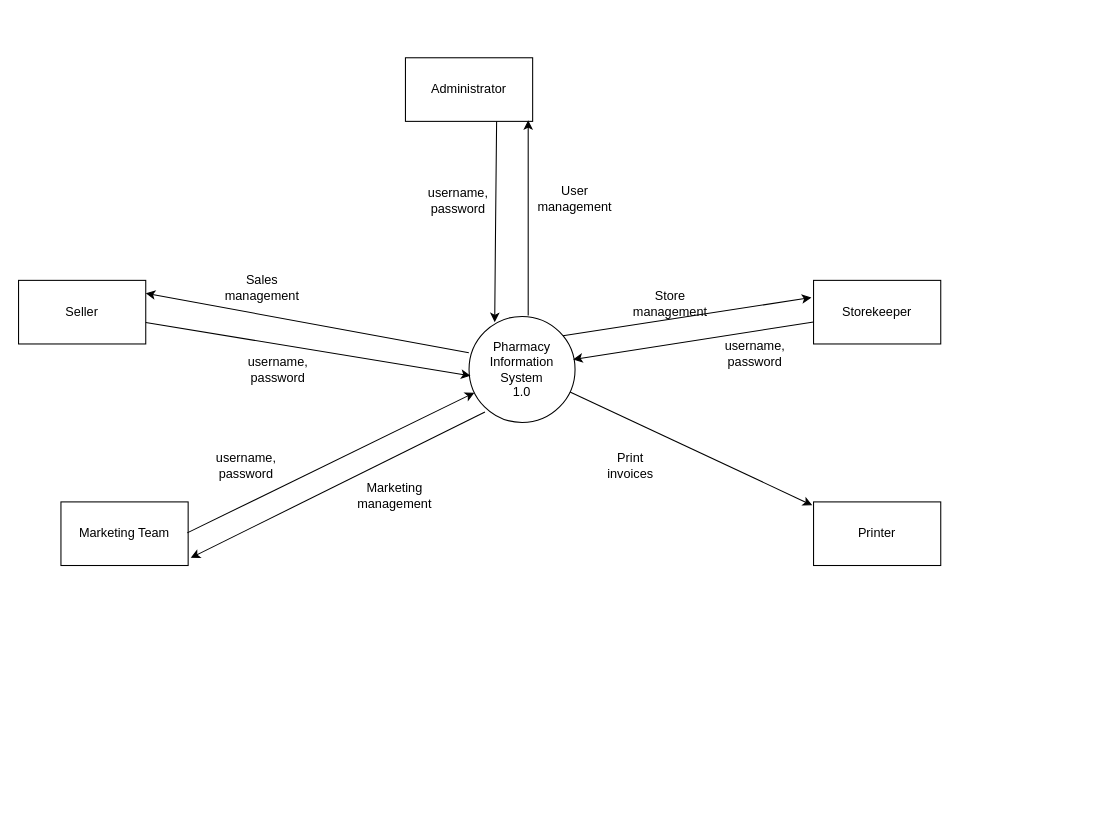
Before: Docs/Charts/Developer Panagiotis/DFD/DFD (lvl_1).drawio in Konstantinos-Papanagnou/Project-Management, a draw.io diagram. Source tidied: cells renumbered, new cells numbered last; positions are measured from the earlier drawing's top-left corner, leaving out a move shared by most shapes. Both pictures are drawn from the tidied source at 106%, with x=0, y=0 at pixel (18, 57).
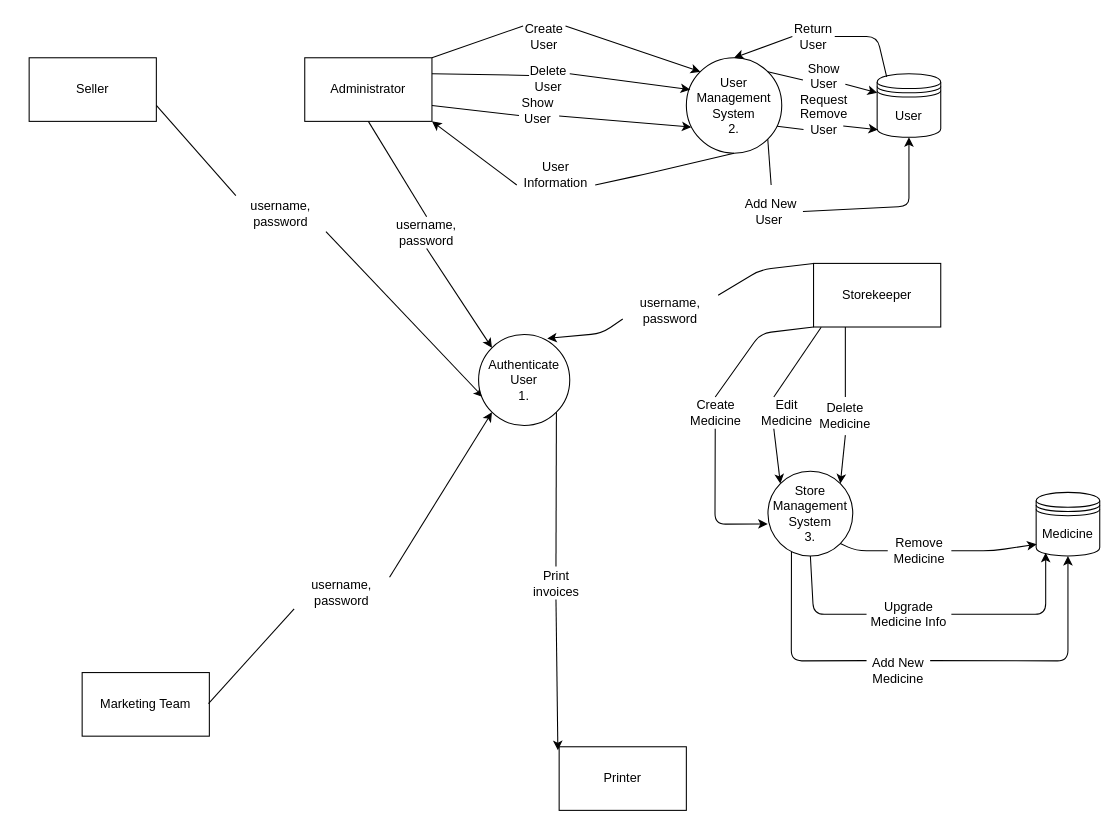
The same page after the edit.

Commit message (it also covers changes not shown here):
Update DFD (lvl_1)

The edit, as a diff of the source:
```diff
@@
-    <mxCell id="2" value="Pharmacy Information System&lt;br&gt;1.0" style="ellipse;whiteSpace=wrap;html=1;" parent="1" vertex="1">
-      <mxGeometry x="425" y="244" width="100" height="100" as="geometry" />
-    </mxCell>
     <mxCell id="3" value="Administrator" style="rounded=0;whiteSpace=wrap;html=1;" parent="1" vertex="1">
-      <mxGeometry x="365" width="120" height="60" as="geometry" />
+      <mxGeometry x="270" width="120" height="60" as="geometry" />
     </mxCell>
     <mxCell id="4" value="Storekeeper" style="rounded=0;whiteSpace=wrap;html=1;" parent="1" vertex="1">
-      <mxGeometry x="750" y="210" width="120" height="60" as="geometry" />
+      <mxGeometry x="750" y="194" width="120" height="60" as="geometry" />
     </mxCell>
     <mxCell id="5" value="Seller" style="rounded=0;whiteSpace=wrap;html=1;" parent="1" vertex="1">
-      <mxGeometry y="210" width="120" height="60" as="geometry" />
+      <mxGeometry x="10" width="120" height="60" as="geometry" />
     </mxCell>
     <mxCell id="6" value="Marketing Team" style="rounded=0;whiteSpace=wrap;html=1;" parent="1" vertex="1">
-      <mxGeometry x="40" y="419" width="120" height="60" as="geometry" />
+      <mxGeometry x="60" y="580" width="120" height="60" as="geometry" />
     </mxCell>
-    <mxCell id="7" style="endArrow=classic;html=1;entryX=0.242;entryY=0.054;entryDx=0;entryDy=0;entryPerimeter=0;" parent="1" edge="1" target="2">
-      <mxGeometry relative="1" as="geometry">
-        <mxPoint x="451" y="60" as="sourcePoint" />
-        <Array as="points">
-          <mxPoint x="450" y="160" />
-        </Array>
-      </mxGeometry>
-    </mxCell>
-    <mxCell id="8" value="username,&lt;br&gt;password" style="text;html=1;strokeColor=none;fillColor=none;align=center;verticalAlign=middle;whiteSpace=wrap;rounded=0;" parent="1" vertex="1">
-      <mxGeometry x="370" y="120" width="90" height="30" as="geometry" />
-    </mxCell>
-    <mxCell id="9" style="endArrow=classic;html=1;entryX=0.014;entryY=0.56;entryDx=0;entryDy=0;entryPerimeter=0;" parent="1" edge="1" source="5" target="2">
+    <mxCell id="9" style="endArrow=classic;html=1;exitX=1;exitY=1;exitDx=0;exitDy=0;entryX=0.05;entryY=0.688;entryDx=0;entryDy=0;entryPerimeter=0;startArrow=none;" parent="1" edge="1" source="10" target="33">
       <mxGeometry relative="1" as="geometry" />
     </mxCell>
-    <mxCell id="10" value="username,&lt;br&gt;password" style="text;html=1;strokeColor=none;fillColor=none;align=center;verticalAlign=middle;whiteSpace=wrap;rounded=0;" parent="1" vertex="1">
-      <mxGeometry x="200" y="279" width="90" height="30" as="geometry" />
-    </mxCell>
-    <mxCell id="11" style="endArrow=classic;html=1;exitX=0.993;exitY=0.487;exitDx=0;exitDy=0;exitPerimeter=0;" parent="1" edge="1" source="6" target="2">
+    <mxCell id="11" style="endArrow=classic;html=1;exitX=1;exitY=0;exitDx=0;exitDy=0;entryX=0;entryY=1;entryDx=0;entryDy=0;startArrow=none;" parent="1" edge="1" source="12" target="33">
       <mxGeometry relative="1" as="geometry" />
     </mxCell>
-    <mxCell id="12" value="username,&lt;br&gt;password" style="text;html=1;strokeColor=none;fillColor=none;align=center;verticalAlign=middle;whiteSpace=wrap;rounded=0;" parent="1" vertex="1">
-      <mxGeometry x="170" y="369.5" width="90" height="30" as="geometry" />
-    </mxCell>
-    <mxCell id="13" style="endArrow=classic;html=1;entryX=0.982;entryY=0.406;entryDx=0;entryDy=0;entryPerimeter=0;" parent="1" edge="1" source="4" target="2">
-      <mxGeometry relative="1" as="geometry" />
+    <mxCell id="13" style="endArrow=classic;html=1;entryX=0.753;entryY=0.044;entryDx=0;entryDy=0;entryPerimeter=0;exitX=0;exitY=0.75;exitDx=0;exitDy=0;startArrow=none;" parent="1" edge="1" source="14" target="33">
+      <mxGeometry relative="1" as="geometry">
+        <Array as="points">
+          <mxPoint x="550" y="260" />
+        </Array>
+      </mxGeometry>
     </mxCell>
-    <mxCell id="14" value="username,&lt;br&gt;password" style="text;html=1;strokeColor=none;fillColor=none;align=center;verticalAlign=middle;whiteSpace=wrap;rounded=0;" parent="1" vertex="1">
-      <mxGeometry x="650" y="264" width="90" height="30" as="geometry" />
-    </mxCell>
-    <mxCell id="15" style="endArrow=classic;html=1;exitX=0.558;exitY=-0.008;exitDx=0;exitDy=0;exitPerimeter=0;entryX=0.965;entryY=0.983;entryDx=0;entryDy=0;entryPerimeter=0;" parent="1" edge="1" source="2" target="3">
-      <mxGeometry relative="1" as="geometry" />
-    </mxCell>
-    <mxCell id="16" value="User management" style="text;html=1;strokeColor=none;fillColor=none;align=center;verticalAlign=middle;whiteSpace=wrap;rounded=0;" parent="1" vertex="1">
-      <mxGeometry x="500" y="120" width="50" height="25" as="geometry" />
-    </mxCell>
-    <mxCell id="17" style="endArrow=classic;html=1;exitX=0.886;exitY=0.182;exitDx=0;exitDy=0;exitPerimeter=0;entryX=-0.017;entryY=0.27;entryDx=0;entryDy=0;entryPerimeter=0;" parent="1" edge="1" source="2" target="4">
-      <mxGeometry relative="1" as="geometry" />
-    </mxCell>
-    <mxCell id="18" value="Store management" style="text;html=1;strokeColor=none;fillColor=none;align=center;verticalAlign=middle;whiteSpace=wrap;rounded=0;" parent="1" vertex="1">
-      <mxGeometry x="590" y="219" width="50" height="25" as="geometry" />
-    </mxCell>
-    <mxCell id="19" style="endArrow=classic;html=1;exitX=-0.002;exitY=0.342;exitDx=0;exitDy=0;exitPerimeter=0;entryX=1;entryY=0.203;entryDx=0;entryDy=0;entryPerimeter=0;" parent="1" edge="1" source="2" target="5">
-      <mxGeometry relative="1" as="geometry" />
-    </mxCell>
-    <mxCell id="20" value="Sales&lt;br&gt;management" style="text;html=1;strokeColor=none;fillColor=none;align=center;verticalAlign=middle;whiteSpace=wrap;rounded=0;" parent="1" vertex="1">
-      <mxGeometry x="190" y="200" width="80" height="34" as="geometry" />
-    </mxCell>
-    <mxCell id="21" style="endArrow=classic;html=1;entryX=1.02;entryY=0.88;entryDx=0;entryDy=0;entryPerimeter=0;exitX=0.15;exitY=0.902;exitDx=0;exitDy=0;exitPerimeter=0;" parent="1" edge="1" source="2" target="6">
-      <mxGeometry relative="1" as="geometry" />
-    </mxCell>
-    <mxCell id="22" value="Marketing management" style="text;html=1;strokeColor=none;fillColor=none;align=center;verticalAlign=middle;whiteSpace=wrap;rounded=0;" parent="1" vertex="1">
-      <mxGeometry x="330" y="400" width="50" height="25" as="geometry" />
-    </mxCell>
     <mxCell id="23" value="Printer" style="rounded=0;whiteSpace=wrap;html=1;" parent="1" vertex="1">
-      <mxGeometry x="750" y="419" width="120" height="60" as="geometry" />
+      <mxGeometry x="510" y="650" width="120" height="60" as="geometry" />
     </mxCell>
-    <mxCell id="24" style="endArrow=classic;html=1;entryX=-0.01;entryY=0.053;entryDx=0;entryDy=0;entryPerimeter=0;" parent="1" edge="1" source="2" target="23">
+    <mxCell id="24" style="endArrow=classic;html=1;entryX=-0.01;entryY=0.053;entryDx=0;entryDy=0;entryPerimeter=0;exitX=0.5;exitY=1;exitDx=0;exitDy=0;startArrow=none;" parent="1" edge="1" source="25" target="23">
       <mxGeometry relative="1" as="geometry" />
     </mxCell>
+    <mxCell id="26" value="User Management System&lt;br&gt;2." style="ellipse;whiteSpace=wrap;html=1;" parent="1" vertex="1">
+      <mxGeometry x="630" width="90" height="90" as="geometry" />
+    </mxCell>
+    <mxCell id="27" style="endArrow=classic;html=1;exitX=0.5;exitY=1;exitDx=0;exitDy=0;entryX=0;entryY=0;entryDx=0;entryDy=0;startArrow=none;" parent="1" edge="1" source="8" target="33">
+      <mxGeometry relative="1" as="geometry" />
+    </mxCell>
+    <mxCell id="28" value="User" style="shape=datastore;whiteSpace=wrap;html=1;" parent="1" vertex="1">
+      <mxGeometry x="810" y="15" width="60" height="60" as="geometry" />
+    </mxCell>
+    <mxCell id="29" style="endArrow=classic;html=1;exitX=1;exitY=0;exitDx=0;exitDy=0;entryX=0;entryY=0;entryDx=0;entryDy=0;startArrow=none;" parent="1" edge="1" source="35" target="26">
+      <mxGeometry relative="1" as="geometry" />
+    </mxCell>
+    <mxCell id="30" style="endArrow=classic;html=1;exitX=1;exitY=0.5;exitDx=0;exitDy=0;entryX=0.5;entryY=1;entryDx=0;entryDy=0;startArrow=none;" parent="1" edge="1" source="41" target="28">
+      <mxGeometry relative="1" as="geometry">
+        <Array as="points">
+          <mxPoint x="840" y="140" />
+          <mxPoint x="840" y="125" />
+        </Array>
+      </mxGeometry>
+    </mxCell>
+    <mxCell id="31" style="endArrow=classic;html=1;exitX=1;exitY=0.25;exitDx=0;exitDy=0;entryX=0.04;entryY=0.333;entryDx=0;entryDy=0;entryPerimeter=0;startArrow=none;" parent="1" edge="1" source="37" target="26">
+      <mxGeometry relative="1" as="geometry" />
+    </mxCell>
+    <mxCell id="32" style="endArrow=classic;html=1;exitX=0.951;exitY=0.718;exitDx=0;exitDy=0;exitPerimeter=0;entryX=0.013;entryY=0.88;entryDx=0;entryDy=0;entryPerimeter=0;startArrow=none;" parent="1" edge="1" source="39" target="28">
+      <mxGeometry relative="1" as="geometry" />
+    </mxCell>
+    <mxCell id="33" value="Authenticate User&lt;br&gt;1." style="ellipse;whiteSpace=wrap;html=1;" parent="1" vertex="1">
+      <mxGeometry x="434" y="261" width="86" height="86" as="geometry" />
+    </mxCell>
+    <mxCell id="34" style="endArrow=classic;html=1;exitX=1;exitY=0.75;exitDx=0;exitDy=0;entryX=0.053;entryY=0.727;entryDx=0;entryDy=0;entryPerimeter=0;startArrow=none;" parent="1" edge="1" source="43" target="26">
+      <mxGeometry relative="1" as="geometry" />
+    </mxCell>
+    <mxCell id="35" value="Create User" style="text;html=1;strokeColor=none;fillColor=none;align=center;verticalAlign=middle;whiteSpace=wrap;rounded=0;" parent="1" vertex="1">
+      <mxGeometry x="476" y="-30" width="40" height="20" as="geometry" />
+    </mxCell>
+    <mxCell id="36" style="endArrow=none;html=1;exitX=1;exitY=0;exitDx=0;exitDy=0;entryX=0;entryY=0;entryDx=0;entryDy=0;" parent="1" edge="1" source="3" target="35">
+      <mxGeometry relative="1" as="geometry" />
+    </mxCell>
+    <mxCell id="37" value="Delete User" style="text;html=1;strokeColor=none;fillColor=none;align=center;verticalAlign=middle;whiteSpace=wrap;rounded=0;" parent="1" vertex="1">
+      <mxGeometry x="480" y="10" width="40" height="20" as="geometry" />
+    </mxCell>
+    <mxCell id="38" style="endArrow=none;html=1;exitX=1;exitY=0.25;exitDx=0;exitDy=0;entryX=0.04;entryY=0.333;entryDx=0;entryDy=0;entryPerimeter=0;" parent="1" edge="1" source="3" target="37">
+      <mxGeometry relative="1" as="geometry" />
+    </mxCell>
+    <mxCell id="39" value="Remove User" style="text;html=1;strokeColor=none;fillColor=none;align=center;verticalAlign=middle;whiteSpace=wrap;rounded=0;" parent="1" vertex="1">
+      <mxGeometry x="740" y="50" width="40" height="20" as="geometry" />
+    </mxCell>
+    <mxCell id="40" style="endArrow=none;html=1;exitX=0.951;exitY=0.718;exitDx=0;exitDy=0;exitPerimeter=0;entryX=0.013;entryY=0.88;entryDx=0;entryDy=0;entryPerimeter=0;" parent="1" edge="1" source="26" target="39">
+      <mxGeometry relative="1" as="geometry" />
+    </mxCell>
+    <mxCell id="41" value="Add New User&amp;nbsp;" style="text;html=1;strokeColor=none;fillColor=none;align=center;verticalAlign=middle;whiteSpace=wrap;rounded=0;" parent="1" vertex="1">
+      <mxGeometry x="680" y="120" width="60" height="50" as="geometry" />
+    </mxCell>
+    <mxCell id="42" style="endArrow=none;html=1;entryX=0.5;entryY=0;entryDx=0;entryDy=0;exitX=1;exitY=1;exitDx=0;exitDy=0;" parent="1" edge="1" source="26" target="41">
+      <mxGeometry relative="1" as="geometry" />
+    </mxCell>
+    <mxCell id="43" value="Show User" style="text;html=1;strokeColor=none;fillColor=none;align=center;verticalAlign=middle;whiteSpace=wrap;rounded=0;" parent="1" vertex="1">
+      <mxGeometry x="470" y="40" width="40" height="20" as="geometry" />
+    </mxCell>
+    <mxCell id="44" style="endArrow=none;html=1;exitX=1;exitY=0.75;exitDx=0;exitDy=0;entryX=0.053;entryY=0.727;entryDx=0;entryDy=0;entryPerimeter=0;" parent="1" edge="1" source="3" target="43">
+      <mxGeometry relative="1" as="geometry" />
+    </mxCell>
+    <mxCell id="45" style="endArrow=classic;html=1;exitX=1;exitY=0.5;exitDx=0;exitDy=0;entryX=0;entryY=0.3;entryDx=0;entryDy=0;startArrow=none;" parent="1" edge="1" source="46" target="28">
+      <mxGeometry relative="1" as="geometry" />
+    </mxCell>
+    <mxCell id="46" value="Show User Request" style="text;html=1;strokeColor=none;fillColor=none;align=center;verticalAlign=middle;whiteSpace=wrap;rounded=0;" parent="1" vertex="1">
+      <mxGeometry x="740" y="15" width="40" height="20" as="geometry" />
+    </mxCell>
+    <mxCell id="47" style="endArrow=none;html=1;exitX=1;exitY=0;exitDx=0;exitDy=0;entryX=0;entryY=0.3;entryDx=0;entryDy=0;" parent="1" edge="1" source="26" target="46">
+      <mxGeometry relative="1" as="geometry" />
+    </mxCell>
+    <mxCell id="48" style="endArrow=classic;html=1;exitX=0;exitY=0.5;exitDx=0;exitDy=0;entryX=0.5;entryY=0;entryDx=0;entryDy=0;startArrow=none;" parent="1" edge="1" source="49" target="26">
+      <mxGeometry relative="1" as="geometry" />
+    </mxCell>
+    <mxCell id="49" value="Return User" style="text;html=1;strokeColor=none;fillColor=none;align=center;verticalAlign=middle;whiteSpace=wrap;rounded=0;" parent="1" vertex="1">
+      <mxGeometry x="730" y="-30" width="40" height="20" as="geometry" />
+    </mxCell>
+    <mxCell id="50" style="endArrow=none;html=1;exitX=0.15;exitY=0.05;exitDx=0;exitDy=0;exitPerimeter=0;entryX=1;entryY=0.5;entryDx=0;entryDy=0;" parent="1" edge="1" source="28" target="49">
+      <mxGeometry relative="1" as="geometry">
+        <Array as="points">
+          <mxPoint x="810" y="-20" />
+        </Array>
+      </mxGeometry>
+    </mxCell>
+    <mxCell id="51" style="endArrow=classic;html=1;entryX=1;entryY=1;entryDx=0;entryDy=0;startArrow=none;exitX=0;exitY=0.75;exitDx=0;exitDy=0;" parent="1" edge="1" source="52" target="3">
+      <mxGeometry relative="1" as="geometry" />
+    </mxCell>
+    <mxCell id="52" value="User Information" style="text;html=1;strokeColor=none;fillColor=none;align=center;verticalAlign=middle;whiteSpace=wrap;rounded=0;" parent="1" vertex="1">
+      <mxGeometry x="470" y="90" width="74" height="40" as="geometry" />
+    </mxCell>
+    <mxCell id="53" style="endArrow=none;html=1;exitX=0.5;exitY=1;exitDx=0;exitDy=0;entryX=1;entryY=0.75;entryDx=0;entryDy=0;" parent="1" edge="1" source="26" target="52">
+      <mxGeometry relative="1" as="geometry">
+        <Array as="points">
+          <mxPoint x="590" y="110" />
+        </Array>
+      </mxGeometry>
+    </mxCell>
+    <mxCell id="54" value="Store Management System &lt;br&gt;3." style="ellipse;whiteSpace=wrap;html=1;" parent="1" vertex="1">
+      <mxGeometry x="707" y="390" width="80" height="80" as="geometry" />
+    </mxCell>
+    <mxCell id="8" value="username,&lt;br&gt;password" style="text;html=1;strokeColor=none;fillColor=none;align=center;verticalAlign=middle;whiteSpace=wrap;rounded=0;" parent="1" vertex="1">
+      <mxGeometry x="340" y="150" width="90" height="30" as="geometry" />
+    </mxCell>
+    <mxCell id="55" style="endArrow=none;html=1;exitX=0.5;exitY=1;exitDx=0;exitDy=0;entryX=0.5;entryY=0;entryDx=0;entryDy=0;" parent="1" edge="1" source="3" target="8">
+      <mxGeometry relative="1" as="geometry" />
+    </mxCell>
+    <mxCell id="14" value="username,&lt;br&gt;password" style="text;html=1;strokeColor=none;fillColor=none;align=center;verticalAlign=middle;whiteSpace=wrap;rounded=0;" parent="1" vertex="1">
+      <mxGeometry x="570" y="224" width="90" height="30" as="geometry" />
+    </mxCell>
+    <mxCell id="56" style="endArrow=none;html=1;entryX=1;entryY=0;entryDx=0;entryDy=0;exitX=0;exitY=0;exitDx=0;exitDy=0;" parent="1" edge="1" source="4" target="14">
+      <mxGeometry relative="1" as="geometry">
+        <Array as="points">
+          <mxPoint x="700" y="200" />
+        </Array>
+      </mxGeometry>
+    </mxCell>
+    <mxCell id="57" value="Medicine" style="shape=datastore;whiteSpace=wrap;html=1;" parent="1" vertex="1">
+      <mxGeometry x="960" y="410" width="60" height="60" as="geometry" />
+    </mxCell>
     <mxCell id="25" value="Print invoices" style="text;html=1;strokeColor=none;fillColor=none;align=center;verticalAlign=middle;whiteSpace=wrap;rounded=0;" parent="1" vertex="1">
-      <mxGeometry x="550" y="369" width="55" height="31" as="geometry" />
+      <mxGeometry x="479.5" y="480" width="55" height="31" as="geometry" />
     </mxCell>
+    <mxCell id="58" style="endArrow=none;html=1;entryX=0.5;entryY=0;entryDx=0;entryDy=0;exitX=1;exitY=1;exitDx=0;exitDy=0;" parent="1" edge="1" source="33" target="25">
+      <mxGeometry relative="1" as="geometry" />
+    </mxCell>
+    <mxCell id="59" style="endArrow=classic;html=1;exitX=1;exitY=0.5;exitDx=0;exitDy=0;entryX=0.007;entryY=0.817;entryDx=0;entryDy=0;entryPerimeter=0;startArrow=none;" parent="1" edge="1" source="75" target="57">
+      <mxGeometry relative="1" as="geometry">
+        <Array as="points">
+          <mxPoint x="920" y="465" />
+        </Array>
+      </mxGeometry>
+    </mxCell>
+    <mxCell id="60" style="endArrow=classic;html=1;entryX=0.5;entryY=1;entryDx=0;entryDy=0;startArrow=none;exitX=1;exitY=0.25;exitDx=0;exitDy=0;" parent="1" edge="1" source="67" target="57">
+      <mxGeometry relative="1" as="geometry">
+        <Array as="points">
+          <mxPoint x="990" y="569" />
+        </Array>
+      </mxGeometry>
+    </mxCell>
+    <mxCell id="61" style="endArrow=classic;html=1;exitX=0.25;exitY=1;exitDx=0;exitDy=0;entryX=0;entryY=0;entryDx=0;entryDy=0;startArrow=none;" parent="1" edge="1" source="69" target="54">
+      <mxGeometry relative="1" as="geometry" />
+    </mxCell>
+    <mxCell id="62" style="endArrow=classic;html=1;exitX=0.5;exitY=1;exitDx=0;exitDy=0;entryX=1;entryY=0;entryDx=0;entryDy=0;startArrow=none;" parent="1" edge="1" source="73" target="54">
+      <mxGeometry relative="1" as="geometry" />
+    </mxCell>
+    <mxCell id="63" style="endArrow=classic;html=1;exitX=0.5;exitY=1;exitDx=0;exitDy=0;entryX=-0.003;entryY=0.622;entryDx=0;entryDy=0;startArrow=none;entryPerimeter=0;" parent="1" edge="1" source="65" target="54">
+      <mxGeometry relative="1" as="geometry">
+        <Array as="points">
+          <mxPoint x="657" y="440" />
+        </Array>
+      </mxGeometry>
+    </mxCell>
+    <mxCell id="64" style="endArrow=classic;html=1;entryX=0.15;entryY=0.95;entryDx=0;entryDy=0;entryPerimeter=0;startArrow=none;exitX=1;exitY=0.5;exitDx=0;exitDy=0;" parent="1" edge="1" source="71" target="57">
+      <mxGeometry relative="1" as="geometry">
+        <Array as="points">
+          <mxPoint x="969" y="525" />
+        </Array>
+      </mxGeometry>
+    </mxCell>
+    <mxCell id="65" value="Create Medicine" style="text;html=1;strokeColor=none;fillColor=none;align=center;verticalAlign=middle;whiteSpace=wrap;rounded=0;" parent="1" vertex="1">
+      <mxGeometry x="624.5" y="320" width="65.5" height="30" as="geometry" />
+    </mxCell>
+    <mxCell id="66" style="endArrow=none;html=1;exitX=0;exitY=1;exitDx=0;exitDy=0;entryX=0.5;entryY=0;entryDx=0;entryDy=0;" parent="1" edge="1" source="4" target="65">
+      <mxGeometry relative="1" as="geometry">
+        <Array as="points">
+          <mxPoint x="700" y="260" />
+        </Array>
+      </mxGeometry>
+    </mxCell>
+    <mxCell id="67" value="Add New Medicine" style="text;html=1;strokeColor=none;fillColor=none;align=center;verticalAlign=middle;whiteSpace=wrap;rounded=0;" parent="1" vertex="1">
+      <mxGeometry x="800" y="560" width="60" height="35" as="geometry" />
+    </mxCell>
+    <mxCell id="68" style="endArrow=none;html=1;exitX=0.277;exitY=0.953;exitDx=0;exitDy=0;exitPerimeter=0;entryX=0;entryY=0.25;entryDx=0;entryDy=0;" parent="1" edge="1" source="54" target="67">
+      <mxGeometry relative="1" as="geometry">
+        <Array as="points">
+          <mxPoint x="729" y="569" />
+        </Array>
+      </mxGeometry>
+    </mxCell>
+    <mxCell id="69" value="Edit Medicine" style="text;html=1;strokeColor=none;fillColor=none;align=center;verticalAlign=middle;whiteSpace=wrap;rounded=0;" parent="1" vertex="1">
+      <mxGeometry x="700" y="320" width="50" height="30" as="geometry" />
+    </mxCell>
+    <mxCell id="70" style="endArrow=none;html=1;exitX=0.06;exitY=1.003;exitDx=0;exitDy=0;exitPerimeter=0;entryX=0.25;entryY=0;entryDx=0;entryDy=0;" parent="1" edge="1" source="4" target="69">
+      <mxGeometry relative="1" as="geometry" />
+    </mxCell>
+    <mxCell id="71" value="Upgrade Medicine Info" style="text;html=1;strokeColor=none;fillColor=none;align=center;verticalAlign=middle;whiteSpace=wrap;rounded=0;" parent="1" vertex="1">
+      <mxGeometry x="800" y="500" width="80" height="50" as="geometry" />
+    </mxCell>
+    <mxCell id="72" style="endArrow=none;html=1;entryX=0;entryY=0.5;entryDx=0;entryDy=0;" parent="1" edge="1" target="71">
+      <mxGeometry relative="1" as="geometry">
+        <mxPoint x="747" y="470" as="sourcePoint" />
+        <Array as="points">
+          <mxPoint x="750" y="525" />
+        </Array>
+      </mxGeometry>
+    </mxCell>
+    <mxCell id="73" value="Delete Medicine" style="text;html=1;strokeColor=none;fillColor=none;align=center;verticalAlign=middle;whiteSpace=wrap;rounded=0;" parent="1" vertex="1">
+      <mxGeometry x="750" y="320" width="60" height="36" as="geometry" />
+    </mxCell>
+    <mxCell id="74" style="endArrow=none;html=1;exitX=0.25;exitY=1;exitDx=0;exitDy=0;entryX=0.5;entryY=0;entryDx=0;entryDy=0;" parent="1" edge="1" source="4" target="73">
+      <mxGeometry relative="1" as="geometry" />
+    </mxCell>
+    <mxCell id="75" value="Remove Medicine" style="text;html=1;strokeColor=none;fillColor=none;align=center;verticalAlign=middle;whiteSpace=wrap;rounded=0;" parent="1" vertex="1">
+      <mxGeometry x="820" y="450" width="60" height="30" as="geometry" />
+    </mxCell>
+    <mxCell id="76" style="endArrow=none;html=1;exitX=1;exitY=1;exitDx=0;exitDy=0;entryX=0;entryY=0.5;entryDx=0;entryDy=0;" parent="1" edge="1" source="54" target="75">
+      <mxGeometry relative="1" as="geometry">
+        <Array as="points">
+          <mxPoint x="790" y="465" />
+        </Array>
+      </mxGeometry>
+    </mxCell>
+    <mxCell id="10" value="username,&lt;br&gt;password" style="text;html=1;strokeColor=none;fillColor=none;align=center;verticalAlign=middle;whiteSpace=wrap;rounded=0;" parent="1" vertex="1">
+      <mxGeometry x="205" y="130" width="85" height="34" as="geometry" />
+    </mxCell>
+    <mxCell id="77" style="endArrow=none;html=1;exitX=1;exitY=0.75;exitDx=0;exitDy=0;entryX=0;entryY=0;entryDx=0;entryDy=0;" parent="1" edge="1" source="5" target="10">
+      <mxGeometry relative="1" as="geometry" />
+    </mxCell>
+    <mxCell id="12" value="username,&lt;br&gt;password" style="text;html=1;strokeColor=none;fillColor=none;align=center;verticalAlign=middle;whiteSpace=wrap;rounded=0;rotation=0;" parent="1" vertex="1">
+      <mxGeometry x="260" y="490" width="90" height="30" as="geometry" />
+    </mxCell>
+    <mxCell id="78" style="endArrow=none;html=1;exitX=0.993;exitY=0.487;exitDx=0;exitDy=0;exitPerimeter=0;entryX=0;entryY=1;entryDx=0;entryDy=0;" parent="1" edge="1" source="6" target="12">
+      <mxGeometry relative="1" as="geometry" />
+    </mxCell>
```
